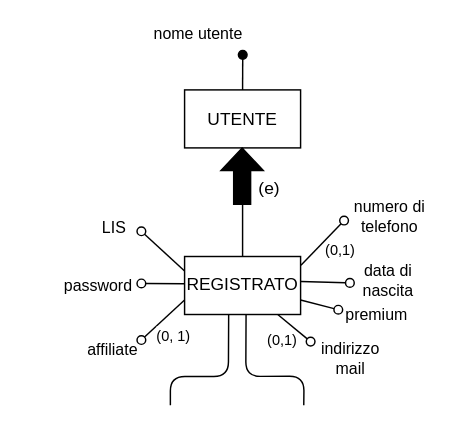
Earlier version of the draw.io diagram Progetto Esame - DBSperimentazioni A.A. 2023-2024/Diagrammi/generalizzazioni/2.3.2.1_gen_1c_cor.drawio (Mattron2000/Basi_di_dati). Source tidied: cells renumbered, new cells numbered last; positions are measured from the earlier drawing's top-left corner, leaving out a move shared by most shapes. Both pictures are drawn from the tidied source at 145%, with x=0, y=0 at pixel (68, 54).
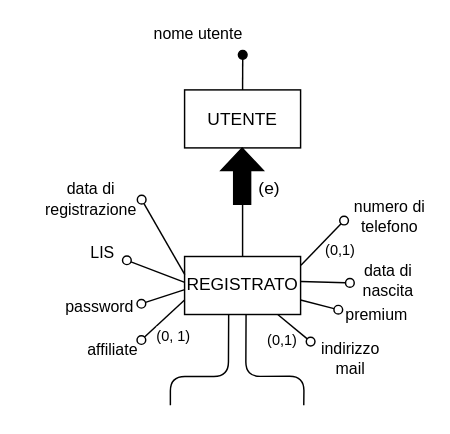
After the change.

Unchanged cells that the change refers to:
```xml
<mxCell id="8" value="REGISTRATO" style="whiteSpace=wrap;html=1;" parent="1" vertex="1">
  <mxGeometry x="79.8" y="139.4" width="80" height="40" as="geometry" />
</mxCell>
```

Change to the diagram source:
```diff
@@
-    <mxCell id="9" style="endArrow=oval;html=1;fillStyle=auto;strokeWidth=1;startSize=6;endSize=6;fillColor=#000000;startArrow=none;startFill=0;endFill=0;exitX=0.003;exitY=0.445;exitDx=0;exitDy=0;exitPerimeter=0;" parent="1" edge="1">
+    <mxCell id="9" style="endArrow=oval;html=1;fillStyle=auto;strokeWidth=1;startSize=6;endSize=6;fillColor=#000000;startArrow=none;startFill=0;endFill=0;exitX=0.001;exitY=0.57;exitDx=0;exitDy=0;exitPerimeter=0;" parent="1" edge="1" source="8">
       <mxGeometry relative="1" as="geometry">
-        <mxPoint x="79.8" y="158.2" as="sourcePoint" />
-        <mxPoint x="50" y="158" as="targetPoint" />
+        <mxPoint x="50" y="172" as="targetPoint" />
       </mxGeometry>
     </mxCell>
     <mxCell id="10" value="password" style="edgeLabel;html=1;align=center;verticalAlign=middle;" parent="9" vertex="1">
       <mxGeometry x="0.48" y="1" relative="1" as="geometry">
-        <mxPoint x="-38" as="offset" />
+        <mxPoint x="-38" y="3" as="offset" />
       </mxGeometry>
     </mxCell>
@@
-    <mxCell id="17" style="endArrow=oval;html=1;fillStyle=auto;strokeWidth=1;startSize=6;endSize=6;fillColor=#000000;startArrow=none;startFill=0;endFill=0;exitX=0;exitY=0.25;exitDx=0;exitDy=0;" parent="1" edge="1" source="8">
+    <mxCell id="17" style="endArrow=oval;html=1;fillStyle=auto;strokeWidth=1;startSize=6;endSize=6;fillColor=#000000;startArrow=none;startFill=0;endFill=0;exitX=0.001;exitY=0.445;exitDx=0;exitDy=0;exitPerimeter=0;" parent="1" edge="1" source="8">
       <mxGeometry relative="1" as="geometry">
-        <mxPoint x="50" y="122" as="targetPoint" />
+        <mxPoint x="40" y="142" as="targetPoint" />
       </mxGeometry>
     </mxCell>
@@
+    <mxCell id="28" style="endArrow=oval;html=1;fillStyle=auto;strokeWidth=1;startSize=6;endSize=6;fillColor=#000000;startArrow=none;startFill=0;endFill=0;fontSize=11;exitX=0.002;exitY=0.314;exitDx=0;exitDy=0;exitPerimeter=0;" parent="1" edge="1" source="8">
+      <mxGeometry relative="1" as="geometry">
+        <mxPoint x="50.2" y="100.2" as="targetPoint" />
+      </mxGeometry>
+    </mxCell>
+    <mxCell id="29" value="data di&lt;br&gt;registrazione" style="text;html=1;align=center;verticalAlign=middle;strokeColor=none;fillColor=none;fontSize=11;" parent="1" vertex="1">
+      <mxGeometry x="-30" y="79.6" width="90" height="40" as="geometry" />
+    </mxCell>
```
